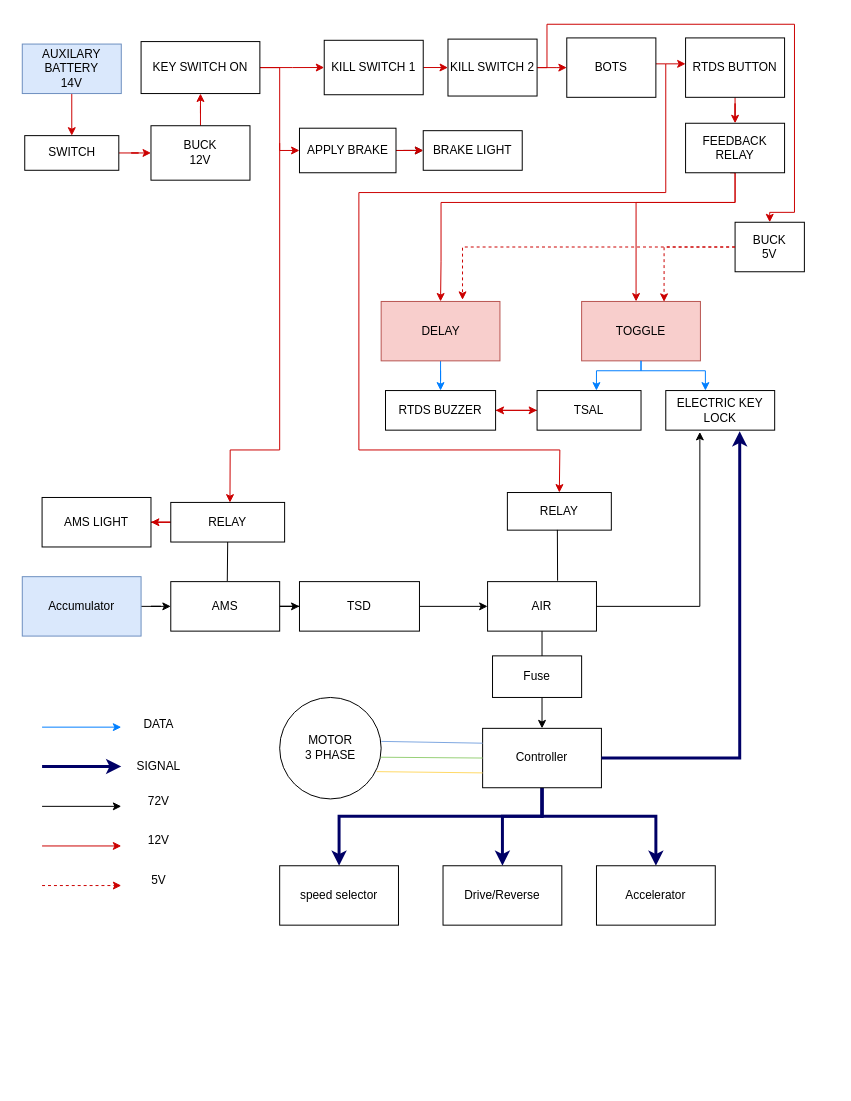
George262004/GKDC keeps this draw.io diagram as Untitled Diagram.drawio. Above is the earlier version. Source tidied: cells renumbered, new cells numbered last; positions are measured from the earlier drawing's top-left corner, leaving out a move shared by most shapes. Both pictures are drawn from the tidied source at 99%, with x=0, y=0 at pixel (22, 24).
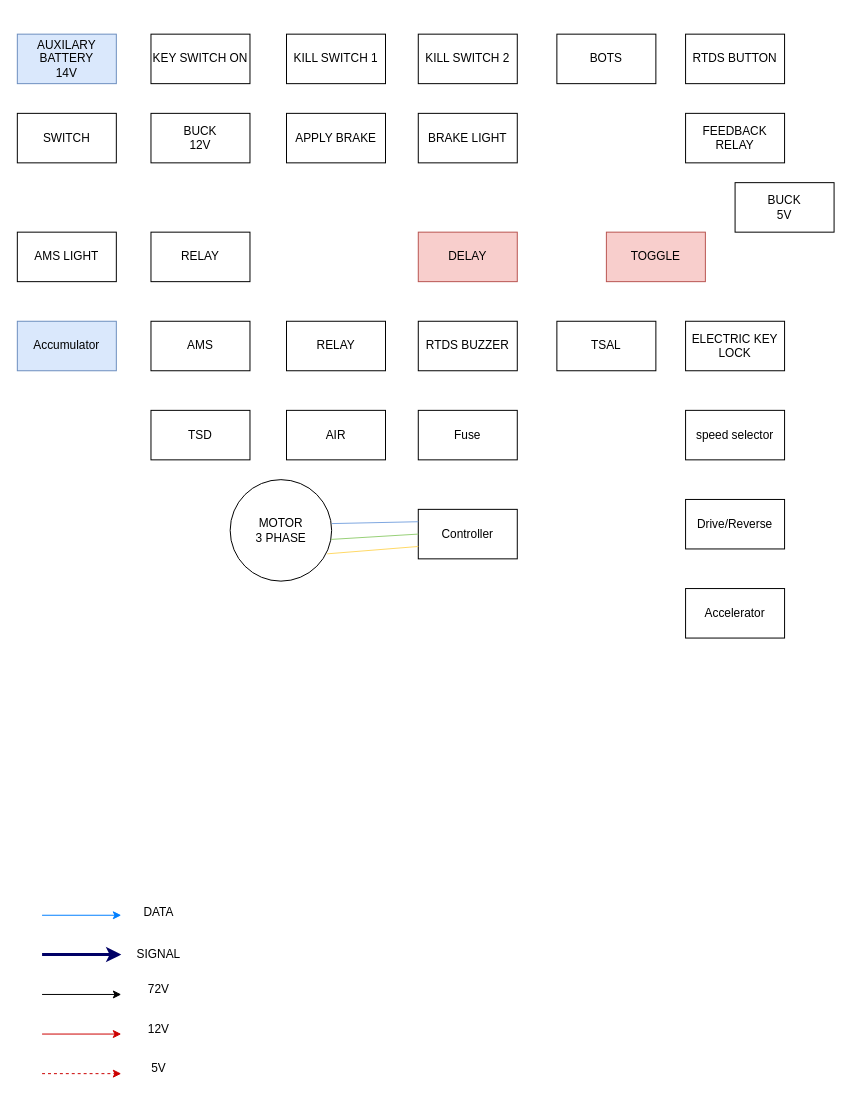
After the change.

What changed in the source:
```diff
@@
-    <mxCell id="2" style="edgeStyle=orthogonalEdgeStyle;rounded=0;jettySize=auto;html=1;strokeColor=#CC0000;" parent="1" edge="1" source="3" target="30">
-      <mxGeometry relative="1" as="geometry" />
-    </mxCell>
     <mxCell id="3" value="AUXILARY BATTERY&lt;br&gt;14V" style="rounded=0;whiteSpace=wrap;html=1;fillColor=#dae8fc;strokeColor=#6c8ebf;" parent="1" vertex="1">
-      <mxGeometry y="20" width="100" height="50" as="geometry" />
+      <mxGeometry x="-5" y="10" width="100" height="50" as="geometry" />
     </mxCell>
     <mxCell id="4" value="BRAKE LIGHT" style="rounded=0;whiteSpace=wrap;html=1;" parent="1" vertex="1">
-      <mxGeometry x="405" y="107.5" width="100" height="40" as="geometry" />
+      <mxGeometry x="400" y="90" width="100" height="50" as="geometry" />
     </mxCell>
-    <mxCell id="5" style="edgeStyle=orthogonalEdgeStyle;rounded=0;jettySize=auto;html=1;strokeColor=#CC0000;" parent="1" edge="1" source="6" target="9">
-      <mxGeometry relative="1" as="geometry" />
-    </mxCell>
     <mxCell id="6" value="KILL SWITCH 1" style="rounded=0;whiteSpace=wrap;html=1;" parent="1" vertex="1">
-      <mxGeometry x="305" y="16.2" width="100" height="55" as="geometry" />
+      <mxGeometry x="266.9" y="10" width="100" height="50" as="geometry" />
     </mxCell>
-    <mxCell id="7" style="edgeStyle=orthogonalEdgeStyle;rounded=0;jettySize=auto;html=1;strokeColor=#CC0000;entryX=0.5;entryY=0;entryDx=0;entryDy=0;" parent="1" edge="1" source="9" target="40">
-      <mxGeometry relative="1" as="geometry">
-        <Array as="points">
-          <mxPoint x="530" y="44" />
-          <mxPoint x="530" />
-          <mxPoint x="780" />
-          <mxPoint x="780" y="190" />
-          <mxPoint x="755" y="190" />
-        </Array>
-      </mxGeometry>
-    </mxCell>
-    <mxCell id="8" style="edgeStyle=orthogonalEdgeStyle;rounded=0;jettySize=auto;html=1;strokeColor=#CC0000;" parent="1" edge="1" source="9" target="12">
-      <mxGeometry relative="1" as="geometry" />
-    </mxCell>
     <mxCell id="9" value="KILL SWITCH 2" style="rounded=0;whiteSpace=wrap;html=1;" parent="1" vertex="1">
-      <mxGeometry x="430" y="15" width="90" height="57.5" as="geometry" />
+      <mxGeometry x="400" y="10" width="100" height="50" as="geometry" />
     </mxCell>
-    <mxCell id="10" style="edgeStyle=orthogonalEdgeStyle;rounded=0;jettySize=auto;html=1;strokeColor=#CC0000;" parent="1" edge="1" source="12" target="16">
-      <mxGeometry relative="1" as="geometry">
-        <Array as="points">
-          <mxPoint x="650" y="40" />
-          <mxPoint x="650" y="40" />
-        </Array>
-      </mxGeometry>
-    </mxCell>
-    <mxCell id="11" style="rounded=0;jettySize=auto;html=1;entryX=0.5;entryY=0;entryDx=0;entryDy=0;strokeColor=#CC0000;" parent="1" edge="1" target="58">
-      <mxGeometry relative="1" as="geometry">
-        <mxPoint x="650" y="40" as="sourcePoint" />
-        <Array as="points">
-          <mxPoint x="650" y="170" />
-          <mxPoint x="340" y="170" />
-          <mxPoint x="340" y="430" />
-          <mxPoint x="543" y="430" />
-        </Array>
-      </mxGeometry>
-    </mxCell>
     <mxCell id="12" value="BOTS" style="rounded=0;whiteSpace=wrap;html=1;" parent="1" vertex="1">
-      <mxGeometry x="550" y="13.8" width="90" height="60" as="geometry" />
+      <mxGeometry x="540" y="10" width="100" height="50" as="geometry" />
     </mxCell>
-    <mxCell id="13" style="edgeStyle=orthogonalEdgeStyle;rounded=0;jettySize=auto;html=1;strokeColor=#CC0000;" parent="1" edge="1" source="14" target="33">
-      <mxGeometry relative="1" as="geometry" />
-    </mxCell>
     <mxCell id="14" value="BUCK&lt;br&gt;12V" style="rounded=0;whiteSpace=wrap;html=1;" parent="1" vertex="1">
-      <mxGeometry x="130" y="102.5" width="100" height="55" as="geometry" />
+      <mxGeometry x="130" y="90" width="100" height="50" as="geometry" />
     </mxCell>
-    <mxCell id="15" style="edgeStyle=orthogonalEdgeStyle;rounded=0;jettySize=auto;html=1;strokeColor=#CC0000;" parent="1" edge="1" source="16" target="39">
-      <mxGeometry relative="1" as="geometry" />
-    </mxCell>
     <mxCell id="16" value="RTDS BUTTON" style="rounded=0;whiteSpace=wrap;html=1;" parent="1" vertex="1">
-      <mxGeometry x="670" y="13.8" width="100" height="60" as="geometry" />
+      <mxGeometry x="670" y="10" width="100" height="50" as="geometry" />
     </mxCell>
-    <mxCell id="17" style="edgeStyle=orthogonalEdgeStyle;rounded=0;jettySize=auto;html=1;" parent="1" edge="1" source="18" target="52">
-      <mxGeometry relative="1" as="geometry" />
-    </mxCell>
     <mxCell id="18" value="Accumulator" style="rounded=0;whiteSpace=wrap;html=1;fillColor=#dae8fc;strokeColor=#6c8ebf;" parent="1" vertex="1">
-      <mxGeometry y="558" width="120" height="60" as="geometry" />
+      <mxGeometry x="-5" y="300" width="100" height="50" as="geometry" />
     </mxCell>
-    <mxCell id="19" style="edgeStyle=orthogonalEdgeStyle;rounded=0;jettySize=auto;html=1;" parent="1" edge="1" source="20" target="25">
-      <mxGeometry relative="1" as="geometry" />
-    </mxCell>
     <mxCell id="20" value="AIR" style="rounded=0;whiteSpace=wrap;html=1;" parent="1" vertex="1">
-      <mxGeometry x="470" y="563" width="110" height="50" as="geometry" />
+      <mxGeometry x="266.9" y="390" width="100" height="50" as="geometry" />
     </mxCell>
     <mxCell id="21" value="Fuse" style="rounded=0;whiteSpace=wrap;html=1;" parent="1" vertex="1">
-      <mxGeometry x="475" y="638" width="90" height="42" as="geometry" />
+      <mxGeometry x="400" y="390" width="100" height="50" as="geometry" />
     </mxCell>
-    <mxCell id="22" style="edgeStyle=orthogonalEdgeStyle;rounded=0;jettySize=auto;html=1;strokeColor=#000066;strokeWidth=3;" parent="1" edge="1" source="25" target="27">
-      <mxGeometry relative="1" as="geometry">
-        <Array as="points">
-          <mxPoint x="525" y="800" />
-          <mxPoint x="485" y="800" />
-        </Array>
-      </mxGeometry>
-    </mxCell>
-    <mxCell id="23" style="edgeStyle=orthogonalEdgeStyle;rounded=0;jettySize=auto;html=1;strokeColor=#000066;strokeWidth=3;" parent="1" edge="1" source="25" target="28">
-      <mxGeometry relative="1" as="geometry">
-        <Array as="points">
-          <mxPoint x="525" y="800" />
-          <mxPoint x="320" y="800" />
-        </Array>
-      </mxGeometry>
-    </mxCell>
-    <mxCell id="24" style="edgeStyle=orthogonalEdgeStyle;rounded=0;jettySize=auto;html=1;entryX=0.5;entryY=0;entryDx=0;entryDy=0;strokeColor=#000066;strokeWidth=3;" parent="1" edge="1" source="25" target="26">
-      <mxGeometry relative="1" as="geometry">
-        <Array as="points">
-          <mxPoint x="525" y="800" />
-          <mxPoint x="640" y="800" />
-        </Array>
-      </mxGeometry>
-    </mxCell>
     <mxCell id="25" value="Controller" style="rounded=0;whiteSpace=wrap;html=1;" parent="1" vertex="1">
-      <mxGeometry x="465" y="711.2" width="120" height="60" as="geometry" />
+      <mxGeometry x="400" y="490" width="100" height="50" as="geometry" />
     </mxCell>
     <mxCell id="26" value="Accelerator" style="rounded=0;whiteSpace=wrap;html=1;" parent="1" vertex="1">
-      <mxGeometry x="580" y="850" width="120" height="60" as="geometry" />
+      <mxGeometry x="670" y="570" width="100" height="50" as="geometry" />
     </mxCell>
     <mxCell id="27" value="Drive/Reverse" style="rounded=0;whiteSpace=wrap;html=1;" parent="1" vertex="1">
-      <mxGeometry x="425" y="850" width="120" height="60" as="geometry" />
+      <mxGeometry x="670" y="480" width="100" height="50" as="geometry" />
     </mxCell>
     <mxCell id="28" value="speed selector" style="rounded=0;whiteSpace=wrap;html=1;" parent="1" vertex="1">
-      <mxGeometry x="260" y="850" width="120" height="60" as="geometry" />
+      <mxGeometry x="670" y="390" width="100" height="50" as="geometry" />
     </mxCell>
-    <mxCell id="29" style="edgeStyle=orthogonalEdgeStyle;rounded=0;jettySize=auto;html=1;strokeColor=#CC0000;" parent="1" edge="1" source="30" target="14">
-      <mxGeometry relative="1" as="geometry" />
-    </mxCell>
     <mxCell id="30" value="SWITCH&lt;br&gt;" style="rounded=0;whiteSpace=wrap;html=1;" parent="1" vertex="1">
-      <mxGeometry x="2.5" y="112.5" width="95" height="35" as="geometry" />
+      <mxGeometry x="-5" y="90" width="100" height="50" as="geometry" />
     </mxCell>
-    <mxCell id="31" style="edgeStyle=elbowEdgeStyle;rounded=0;jettySize=auto;html=1;strokeColor=#CC0000;" parent="1" edge="1" source="33" target="6">
-      <mxGeometry relative="1" as="geometry" />
-    </mxCell>
-    <mxCell id="32" style="edgeStyle=orthogonalEdgeStyle;rounded=0;jettySize=auto;html=1;entryX=0;entryY=0.5;entryDx=0;entryDy=0;strokeColor=#CC0000;" parent="1" edge="1" source="33" target="36">
-      <mxGeometry relative="1" as="geometry" />
-    </mxCell>
     <mxCell id="33" value="KEY SWITCH ON" style="rounded=0;whiteSpace=wrap;html=1;" parent="1" vertex="1">
-      <mxGeometry x="120" y="17.5" width="120" height="52.5" as="geometry" />
+      <mxGeometry x="130" y="10" width="100" height="50" as="geometry" />
     </mxCell>
-    <mxCell id="34" style="edgeStyle=orthogonalEdgeStyle;rounded=0;jettySize=auto;html=1;" parent="1" edge="1" source="36" target="4">
-      <mxGeometry relative="1" as="geometry" />
-    </mxCell>
-    <mxCell id="35" style="edgeStyle=orthogonalEdgeStyle;rounded=0;jettySize=auto;html=1;strokeColor=#CC0000;" parent="1" edge="1" source="36" target="4">
-      <mxGeometry relative="1" as="geometry" />
-    </mxCell>
     <mxCell id="36" value="APPLY BRAKE" style="rounded=0;whiteSpace=wrap;html=1;" parent="1" vertex="1">
-      <mxGeometry x="280" y="105" width="97.5" height="45" as="geometry" />
+      <mxGeometry x="266.9" y="90" width="100" height="50" as="geometry" />
     </mxCell>
-    <mxCell id="37" style="edgeStyle=orthogonalEdgeStyle;rounded=0;jettySize=auto;html=1;entryX=0.5;entryY=0;entryDx=0;entryDy=0;strokeColor=#CC0000;" parent="1" edge="1" source="39" target="42">
-      <mxGeometry relative="1" as="geometry">
-        <Array as="points">
-          <mxPoint x="720" y="180" />
-          <mxPoint x="423" y="180" />
-          <mxPoint x="423" y="240" />
-        </Array>
-      </mxGeometry>
-    </mxCell>
-    <mxCell id="38" style="edgeStyle=orthogonalEdgeStyle;rounded=0;orthogonalLoop=1;jettySize=auto;html=1;entryX=0.5;entryY=0;entryDx=0;entryDy=0;strokeColor=#CC0000;" parent="1" edge="1">
-      <mxGeometry relative="1" as="geometry">
-        <mxPoint x="715" y="150" as="sourcePoint" />
-        <mxPoint x="620" y="280" as="targetPoint" />
-        <Array as="points">
-          <mxPoint x="720" y="150" />
-          <mxPoint x="720" y="180" />
-          <mxPoint x="620" y="180" />
-        </Array>
-      </mxGeometry>
-    </mxCell>
     <mxCell id="39" value="FEEDBACK RELAY" style="rounded=0;whiteSpace=wrap;html=1;" parent="1" vertex="1">
-      <mxGeometry x="670" y="100" width="100" height="50" as="geometry" />
+      <mxGeometry x="670" y="90" width="100" height="50" as="geometry" />
     </mxCell>
     <mxCell id="40" value="BUCK&lt;br&gt;5V" style="rounded=0;whiteSpace=wrap;html=1;" parent="1" vertex="1">
-      <mxGeometry x="720" y="200" width="70" height="50" as="geometry" />
+      <mxGeometry x="720" y="160" width="100" height="50" as="geometry" />
     </mxCell>
-    <mxCell id="41" style="edgeStyle=orthogonalEdgeStyle;rounded=0;jettySize=auto;html=1;strokeColor=#007FFF;" parent="1" edge="1" source="42" target="47">
-      <mxGeometry relative="1" as="geometry" />
-    </mxCell>
     <mxCell id="42" value="DELAY" style="rounded=0;whiteSpace=wrap;html=1;fillColor=#f8cecc;strokeColor=#b85450;" parent="1" vertex="1">
-      <mxGeometry x="362.5" y="280" width="120" height="60" as="geometry" />
+      <mxGeometry x="400" y="210" width="100" height="50" as="geometry" />
     </mxCell>
     <mxCell id="43" value="TOGGLE" style="rounded=0;whiteSpace=wrap;html=1;fillColor=#f8cecc;strokeColor=#b85450;" parent="1" vertex="1">
-      <mxGeometry x="565" y="280" width="120" height="60" as="geometry" />
+      <mxGeometry x="590" y="210" width="100" height="50" as="geometry" />
     </mxCell>
-    <mxCell id="44" style="edgeStyle=orthogonalEdgeStyle;rounded=0;jettySize=auto;html=1;entryX=0.685;entryY=-0.028;entryDx=0;entryDy=0;entryPerimeter=0;dashed=1;strokeColor=#CC0000;" parent="1" edge="1" source="40" target="42">
-      <mxGeometry relative="1" as="geometry" />
-    </mxCell>
-    <mxCell id="45" style="edgeStyle=orthogonalEdgeStyle;rounded=0;jettySize=auto;html=1;entryX=0.694;entryY=0.006;entryDx=0;entryDy=0;entryPerimeter=0;dashed=1;strokeColor=#CC0000;" parent="1" edge="1" source="40" target="43">
-      <mxGeometry relative="1" as="geometry" />
-    </mxCell>
-    <mxCell id="46" style="edgeStyle=orthogonalEdgeStyle;rounded=0;jettySize=auto;html=1;strokeColor=#CC0000;" parent="1" edge="1" source="47" target="49">
-      <mxGeometry relative="1" as="geometry" />
-    </mxCell>
     <mxCell id="47" value="RTDS BUZZER" style="rounded=0;whiteSpace=wrap;html=1;" parent="1" vertex="1">
-      <mxGeometry x="366.9" y="370" width="111.2" height="40" as="geometry" />
+      <mxGeometry x="400" y="300" width="100" height="50" as="geometry" />
     </mxCell>
-    <mxCell id="48" style="edgeStyle=orthogonalEdgeStyle;rounded=0;jettySize=auto;html=1;entryX=1;entryY=0.5;entryDx=0;entryDy=0;strokeColor=#CC0000;" parent="1" edge="1" source="49" target="47">
-      <mxGeometry relative="1" as="geometry" />
-    </mxCell>
     <mxCell id="49" value="TSAL" style="rounded=0;whiteSpace=wrap;html=1;" parent="1" vertex="1">
-      <mxGeometry x="520" y="370" width="105" height="40" as="geometry" />
+      <mxGeometry x="540" y="300" width="100" height="50" as="geometry" />
     </mxCell>
     <mxCell id="50" value="ELECTRIC KEY LOCK" style="rounded=0;whiteSpace=wrap;html=1;" parent="1" vertex="1">
-      <mxGeometry x="650" y="370" width="110" height="40" as="geometry" />
+      <mxGeometry x="670" y="300" width="100" height="50" as="geometry" />
     </mxCell>
-    <mxCell id="51" style="edgeStyle=orthogonalEdgeStyle;rounded=0;jettySize=auto;html=1;" parent="1" edge="1" source="52" target="54">
-      <mxGeometry relative="1" as="geometry" />
-    </mxCell>
     <mxCell id="52" value="AMS" style="rounded=0;whiteSpace=wrap;html=1;" parent="1" vertex="1">
-      <mxGeometry x="150" y="563" width="110" height="50" as="geometry" />
+      <mxGeometry x="130" y="300" width="100" height="50" as="geometry" />
     </mxCell>
-    <mxCell id="53" style="edgeStyle=orthogonalEdgeStyle;rounded=0;jettySize=auto;html=1;" parent="1" edge="1" source="54" target="20">
-      <mxGeometry relative="1" as="geometry" />
-    </mxCell>
     <mxCell id="54" value="TSD" style="rounded=0;whiteSpace=wrap;html=1;" parent="1" vertex="1">
-      <mxGeometry x="280" y="563" width="121.2" height="50" as="geometry" />
+      <mxGeometry x="130" y="390" width="100" height="50" as="geometry" />
     </mxCell>
-    <mxCell id="55" style="edgeStyle=orthogonalEdgeStyle;rounded=0;jettySize=auto;html=1;strokeColor=#CC0000;" parent="1" edge="1" source="56" target="57">
-      <mxGeometry relative="1" as="geometry" />
-    </mxCell>
     <mxCell id="56" value="RELAY" style="rounded=0;whiteSpace=wrap;html=1;" parent="1" vertex="1">
-      <mxGeometry x="150" y="483" width="115" height="40" as="geometry" />
+      <mxGeometry x="130" y="210" width="100" height="50" as="geometry" />
     </mxCell>
     <mxCell id="57" value="AMS LIGHT" style="rounded=0;whiteSpace=wrap;html=1;" parent="1" vertex="1">
-      <mxGeometry x="20" y="478" width="110" height="50" as="geometry" />
+      <mxGeometry x="-5" y="210" width="100" height="50" as="geometry" />
     </mxCell>
     <mxCell id="58" value="RELAY" style="rounded=0;whiteSpace=wrap;html=1;" parent="1" vertex="1">
-      <mxGeometry x="490" y="473" width="105" height="38" as="geometry" />
+      <mxGeometry x="266.9" y="300" width="100" height="50" as="geometry" />
     </mxCell>
-    <mxCell id="59" style="endArrow=none;html=1;rounded=0;exitX=0.5;exitY=1;exitDx=0;exitDy=0;entryX=0.519;entryY=-0.013;entryDx=0;entryDy=0;entryPerimeter=0;" parent="1" edge="1" source="56" target="52">
-      <mxGeometry relative="1" as="geometry" />
-    </mxCell>
-    <mxCell id="60" style="endArrow=none;html=1;rounded=0;entryX=0.481;entryY=0.993;entryDx=0;entryDy=0;exitX=0.643;exitY=-0.018;exitDx=0;exitDy=0;exitPerimeter=0;entryPerimeter=0;" parent="1" edge="1" source="20" target="58">
-      <mxGeometry relative="1" as="geometry" />
-    </mxCell>
     <mxCell id="61" value="MOTOR&lt;br&gt;3 PHASE" style="ellipse;whiteSpace=wrap;html=1;" parent="1" vertex="1">
-      <mxGeometry x="260" y="680" width="102.5" height="102.5" as="geometry" />
+      <mxGeometry x="210" y="460" width="102.5" height="102.5" as="geometry" />
     </mxCell>
-    <mxCell id="62" style="edgeStyle=orthogonalEdgeStyle;rounded=0;jettySize=auto;html=1;entryX=0.313;entryY=1.046;entryDx=0;entryDy=0;entryPerimeter=0;" parent="1" edge="1" source="20" target="50">
-      <mxGeometry relative="1" as="geometry" />
-    </mxCell>
-    <mxCell id="63" style="edgeStyle=orthogonalEdgeStyle;rounded=0;jettySize=auto;html=1;exitX=1;exitY=0.5;exitDx=0;exitDy=0;entryX=0.679;entryY=1.028;entryDx=0;entryDy=0;entryPerimeter=0;strokeColor=#000066;strokeWidth=3;" parent="1" edge="1" source="25" target="50">
-      <mxGeometry relative="1" as="geometry" />
-    </mxCell>
@@
     <mxCell id="67" style="endArrow=classic;html=1;rounded=0;strokeColor=#007FFF;" parent="1" edge="1">
       <mxGeometry relative="1" as="geometry">
-        <mxPoint x="20" y="710" as="sourcePoint" />
-        <mxPoint x="100" y="710" as="targetPoint" />
+        <mxPoint x="20" y="900" as="sourcePoint" />
+        <mxPoint x="100" y="900" as="targetPoint" />
       </mxGeometry>
     </mxCell>
     <mxCell id="68" style="endArrow=classic;html=1;rounded=0;strokeColor=#000066;strokeWidth=3;" parent="1" edge="1">
       <mxGeometry relative="1" as="geometry">
-        <mxPoint x="20" y="749.7" as="sourcePoint" />
-        <mxPoint x="100" y="749.7" as="targetPoint" />
+        <mxPoint x="20" y="939.7" as="sourcePoint" />
+        <mxPoint x="100" y="939.7" as="targetPoint" />
       </mxGeometry>
     </mxCell>
     <mxCell id="69" style="endArrow=classic;html=1;rounded=0;" parent="1" edge="1">
       <mxGeometry relative="1" as="geometry">
-        <mxPoint x="20" y="790" as="sourcePoint" />
-        <mxPoint x="100" y="790" as="targetPoint" />
+        <mxPoint x="20" y="980" as="sourcePoint" />
+        <mxPoint x="100" y="980" as="targetPoint" />
       </mxGeometry>
     </mxCell>
     <mxCell id="70" style="endArrow=classic;html=1;rounded=0;strokeColor=#CC0000;" parent="1" edge="1">
       <mxGeometry relative="1" as="geometry">
-        <mxPoint x="20" y="830" as="sourcePoint" />
-        <mxPoint x="100" y="830" as="targetPoint" />
+        <mxPoint x="20" y="1020" as="sourcePoint" />
+        <mxPoint x="100" y="1020" as="targetPoint" />
       </mxGeometry>
     </mxCell>
     <mxCell id="71" style="endArrow=classic;html=1;rounded=0;strokeColor=#CC0000;dashed=1;" parent="1" edge="1">
       <mxGeometry relative="1" as="geometry">
-        <mxPoint x="20" y="870" as="sourcePoint" />
-        <mxPoint x="100" y="870" as="targetPoint" />
+        <mxPoint x="20" y="1060" as="sourcePoint" />
+        <mxPoint x="100" y="1060" as="targetPoint" />
       </mxGeometry>
     </mxCell>
     <mxCell id="72" value="DATA" style="text;strokeColor=none;align=center;fillColor=none;html=1;verticalAlign=middle;whiteSpace=wrap;rounded=0;" parent="1" vertex="1">
-      <mxGeometry x="97.5" y="690" width="80" height="33.8" as="geometry" />
+      <mxGeometry x="97.5" y="880" width="80" height="33.8" as="geometry" />
     </mxCell>
     <mxCell id="73" value="SIGNAL" style="text;strokeColor=none;align=center;fillColor=none;html=1;verticalAlign=middle;whiteSpace=wrap;rounded=0;" parent="1" vertex="1">
-      <mxGeometry x="107.5" y="735" width="60" height="30" as="geometry" />
+      <mxGeometry x="107.5" y="925" width="60" height="30" as="geometry" />
     </mxCell>
     <mxCell id="74" value="72V" style="text;strokeColor=none;align=center;fillColor=none;html=1;verticalAlign=middle;whiteSpace=wrap;rounded=0;" parent="1" vertex="1">
-      <mxGeometry x="107.5" y="770" width="60" height="30" as="geometry" />
+      <mxGeometry x="107.5" y="960" width="60" height="30" as="geometry" />
     </mxCell>
     <mxCell id="75" value="12V" style="text;strokeColor=none;align=center;fillColor=none;html=1;verticalAlign=middle;whiteSpace=wrap;rounded=0;" parent="1" vertex="1">
-      <mxGeometry x="107.5" y="810" width="60" height="30" as="geometry" />
+      <mxGeometry x="107.5" y="1000" width="60" height="30" as="geometry" />
     </mxCell>
     <mxCell id="76" value="5V" style="text;strokeColor=none;align=center;fillColor=none;html=1;verticalAlign=middle;whiteSpace=wrap;rounded=0;" parent="1" vertex="1">
-      <mxGeometry x="107.5" y="850" width="60" height="30" as="geometry" />
+      <mxGeometry x="107.5" y="1040" width="60" height="30" as="geometry" />
     </mxCell>
-    <mxCell id="77" style="edgeStyle=orthogonalEdgeStyle;rounded=0;jettySize=auto;html=1;exitX=0.5;exitY=1;exitDx=0;exitDy=0;entryX=0.571;entryY=0;entryDx=0;entryDy=0;entryPerimeter=0;strokeColor=#007FFF;" parent="1" edge="1" source="43" target="49">
-      <mxGeometry relative="1" as="geometry">
-        <Array as="points">
-          <mxPoint x="625" y="350" />
-          <mxPoint x="580" y="350" />
-        </Array>
-      </mxGeometry>
-    </mxCell>
-    <mxCell id="78" style="edgeStyle=orthogonalEdgeStyle;rounded=0;jettySize=auto;html=1;entryX=0.364;entryY=0;entryDx=0;entryDy=0;entryPerimeter=0;strokeColor=#007FFF;" parent="1" edge="1" source="43" target="50">
-      <mxGeometry relative="1" as="geometry">
-        <Array as="points">
-          <mxPoint x="625" y="350" />
-          <mxPoint x="690" y="350" />
-        </Array>
-      </mxGeometry>
-    </mxCell>
-    <mxCell id="79" style="endArrow=none;html=1;rounded=0;strokeColor=#CC0000;" parent="1" edge="1">
-      <mxGeometry relative="1" as="geometry">
-        <mxPoint x="260" y="430" as="sourcePoint" />
-        <mxPoint x="260" y="120" as="targetPoint" />
-      </mxGeometry>
-    </mxCell>
-    <mxCell id="80" style="endArrow=classic;html=1;rounded=0;entryX=0.52;entryY=0.004;entryDx=0;entryDy=0;entryPerimeter=0;strokeColor=#CC0000;" parent="1" edge="1" target="56">
-      <mxGeometry relative="1" as="geometry">
-        <mxPoint x="260" y="430" as="sourcePoint" />
-        <Array as="points">
-          <mxPoint x="210" y="430" />
-        </Array>
-      </mxGeometry>
-    </mxCell>
```
